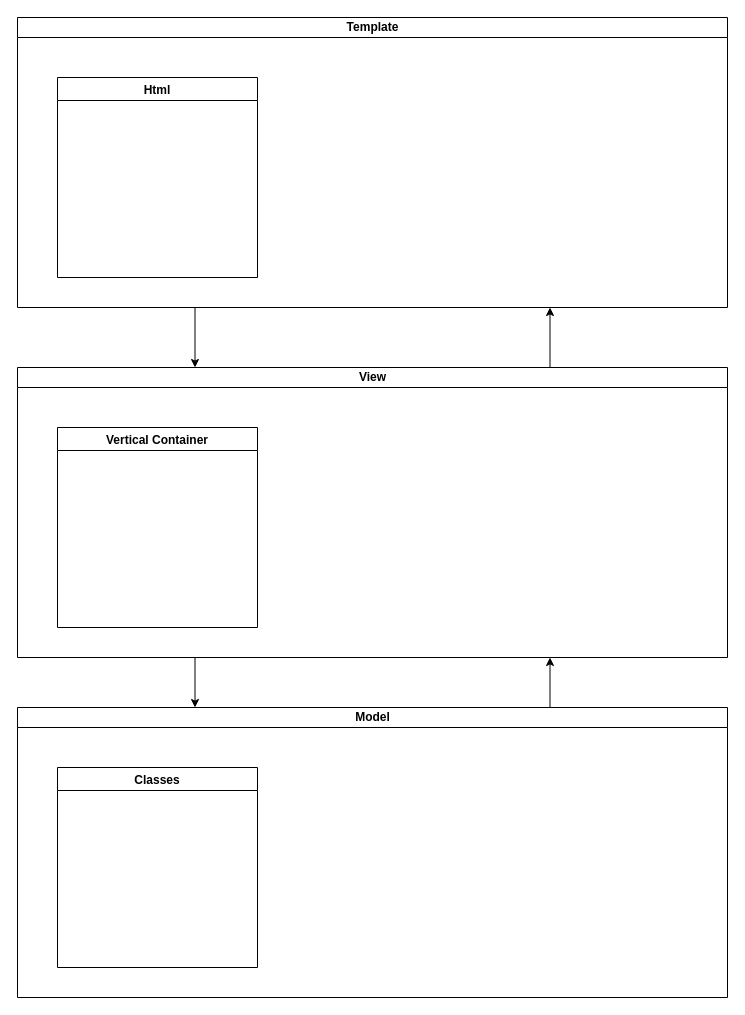
Before: docs/Untitled Diagram.drawio in vnsrz/MDS-Flux, a draw.io diagram. Source tidied: cells renumbered, new cells numbered last; positions are measured from the earlier drawing's top-left corner, leaving out a move shared by most shapes. Both pictures are drawn from the tidied source at 100%, with x=0, y=0 at pixel (17, 17).
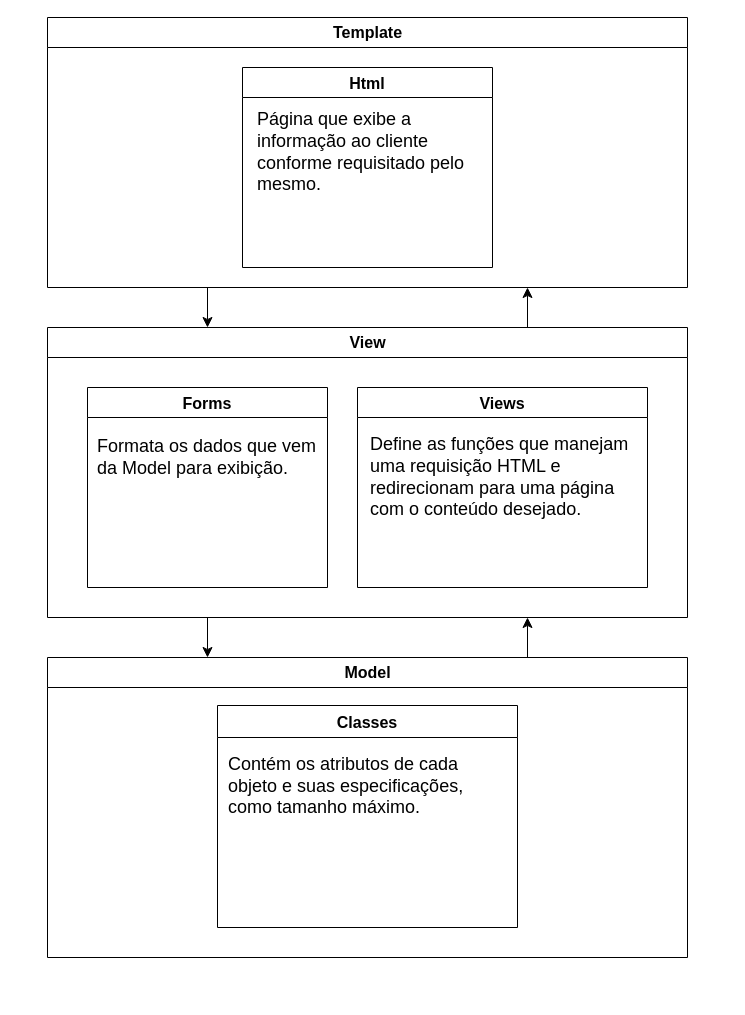
After the change.

What changed in the source:
```diff
@@
 <mxGraphModel>
   <root>
     <mxCell id="0" />
     <mxCell id="1" parent="0" />
-    <mxCell id="2" style="edgeStyle=orthogonalEdgeStyle;rounded=0;jettySize=auto;html=1;exitX=0.75;exitY=0;exitDx=0;exitDy=0;entryX=0.75;entryY=1;entryDx=0;entryDy=0;" parent="1" edge="1" source="3" target="7">
+    <mxCell id="2" style="edgeStyle=orthogonalEdgeStyle;rounded=0;jettySize=auto;html=1;exitX=0.75;exitY=0;exitDx=0;exitDy=0;entryX=0.75;entryY=1;entryDx=0;entryDy=0;endSize=8;" parent="1" edge="1" source="3" target="7">
       <mxGeometry relative="1" as="geometry" />
     </mxCell>
-    <mxCell id="3" value="&lt;div&gt;Model&lt;/div&gt;" style="swimlane;html=1;startSize=20;horizontal=1;containerType=tree;glass=0;" parent="1" vertex="1">
-      <mxGeometry y="690" width="710" height="290" as="geometry" />
+    <mxCell id="3" value="&lt;font style=&quot;font-size: 16px&quot;&gt;Model&lt;/font&gt;" style="swimlane;html=1;startSize=30;horizontal=1;containerType=tree;glass=0;" parent="1" vertex="1">
+      <mxGeometry x="30" y="640" width="640" height="300" as="geometry" />
     </mxCell>
-    <mxCell id="4" value="Classes" style="swimlane;" parent="3" vertex="1">
-      <mxGeometry x="40" y="60" width="200" height="200" as="geometry" />
+    <mxCell id="4" value="Classes" style="swimlane;startSize=32;fontSize=16;" parent="3" vertex="1">
+      <mxGeometry x="170" y="48" width="300" height="222" as="geometry" />
     </mxCell>
+    <mxCell id="12" value="&lt;div align=&quot;left&quot;&gt;&lt;font style=&quot;font-size: 18px&quot;&gt;Contém os atributos de cada objeto e suas especificações, como tamanho máximo.&lt;/font&gt;&lt;br&gt;&lt;/div&gt;" style="text;html=1;strokeColor=none;fillColor=none;align=center;verticalAlign=middle;whiteSpace=wrap;rounded=0;" parent="4" vertex="1">
+      <mxGeometry x="10" y="42" width="280" height="78" as="geometry" />
+    </mxCell>
-    <mxCell id="5" style="edgeStyle=orthogonalEdgeStyle;rounded=0;jettySize=auto;html=1;exitX=0.25;exitY=1;exitDx=0;exitDy=0;entryX=0.25;entryY=0;entryDx=0;entryDy=0;" parent="1" edge="1" source="7" target="3">
+    <mxCell id="5" style="edgeStyle=orthogonalEdgeStyle;rounded=0;jettySize=auto;html=1;exitX=0.25;exitY=1;exitDx=0;exitDy=0;entryX=0.25;entryY=0;entryDx=0;entryDy=0;endSize=8;" parent="1" edge="1" source="7" target="3">
       <mxGeometry relative="1" as="geometry" />
     </mxCell>
-    <mxCell id="6" style="edgeStyle=orthogonalEdgeStyle;rounded=0;jettySize=auto;html=1;exitX=0.75;exitY=0;exitDx=0;exitDy=0;entryX=0.75;entryY=1;entryDx=0;entryDy=0;" parent="1" edge="1" source="7" target="10">
+    <mxCell id="6" style="edgeStyle=orthogonalEdgeStyle;rounded=0;jettySize=auto;html=1;exitX=0.75;exitY=0;exitDx=0;exitDy=0;entryX=0.75;entryY=1;entryDx=0;entryDy=0;endSize=8;startSize=8;" parent="1" edge="1" source="7" target="10">
       <mxGeometry relative="1" as="geometry" />
     </mxCell>
-    <mxCell id="7" value="View" style="swimlane;html=1;startSize=20;horizontal=1;containerType=tree;glass=0;" parent="1" vertex="1">
-      <mxGeometry y="350" width="710" height="290" as="geometry" />
+    <mxCell id="7" value="&lt;font style=&quot;font-size: 16px&quot;&gt;View&lt;/font&gt;" style="swimlane;html=1;startSize=30;horizontal=1;containerType=tree;glass=0;" parent="1" vertex="1">
+      <mxGeometry x="30" y="310" width="640" height="290" as="geometry" />
     </mxCell>
-    <mxCell id="8" value="Vertical Container" style="swimlane;" parent="7" vertex="1">
-      <mxGeometry x="40" y="60" width="200" height="200" as="geometry" />
+    <mxCell id="8" value="Forms" style="swimlane;startSize=30;fontSize=16;" parent="7" vertex="1">
+      <mxGeometry x="40" y="60" width="240" height="200" as="geometry" />
     </mxCell>
+    <mxCell id="13" value="&lt;font style=&quot;font-size: 18px&quot;&gt;Formata os dados que vem da Model para exibição.&lt;/font&gt;" style="text;html=1;strokeColor=none;fillColor=none;align=left;verticalAlign=middle;whiteSpace=wrap;rounded=0;" parent="8" vertex="1">
+      <mxGeometry x="8" y="40" width="224" height="60" as="geometry" />
+    </mxCell>
+    <mxCell id="14" value="Views" style="swimlane;startSize=30;fontSize=16;" parent="7" vertex="1">
+      <mxGeometry x="310" y="60" width="290" height="200" as="geometry" />
+    </mxCell>
+    <mxCell id="15" value="&lt;font style=&quot;font-size: 18px&quot;&gt;Define as funções que manejam uma requisição HTML e redirecionam para uma página com o conteúdo desejado. &lt;/font&gt;" style="text;html=1;strokeColor=none;fillColor=none;align=left;verticalAlign=middle;whiteSpace=wrap;rounded=0;" parent="14" vertex="1">
+      <mxGeometry x="11" y="40" width="268" height="100" as="geometry" />
+    </mxCell>
-    <mxCell id="9" style="edgeStyle=orthogonalEdgeStyle;rounded=0;jettySize=auto;html=1;exitX=0.25;exitY=1;exitDx=0;exitDy=0;entryX=0.25;entryY=0;entryDx=0;entryDy=0;" parent="1" edge="1" source="10" target="7">
+    <mxCell id="9" style="edgeStyle=orthogonalEdgeStyle;rounded=0;jettySize=auto;html=1;exitX=0.25;exitY=1;exitDx=0;exitDy=0;entryX=0.25;entryY=0;entryDx=0;entryDy=0;endSize=8;" parent="1" edge="1" source="10" target="7">
       <mxGeometry relative="1" as="geometry" />
     </mxCell>
-    <mxCell id="10" value="Template" style="swimlane;html=1;startSize=20;horizontal=1;containerType=tree;glass=0;" parent="1" vertex="1">
-      <mxGeometry width="710" height="290" as="geometry" />
+    <mxCell id="10" value="&lt;font style=&quot;font-size: 16px&quot;&gt;Template&lt;/font&gt;" style="swimlane;html=1;startSize=30;horizontal=1;containerType=tree;glass=0;" parent="1" vertex="1">
+      <mxGeometry x="30" width="640" height="270" as="geometry" />
     </mxCell>
-    <mxCell id="11" value="Html" style="swimlane;" parent="10" vertex="1">
-      <mxGeometry x="40" y="60" width="200" height="200" as="geometry" />
+    <mxCell id="11" value="Html" style="swimlane;startSize=30;fontSize=16;" parent="10" vertex="1">
+      <mxGeometry x="195" y="50" width="250" height="200" as="geometry" />
     </mxCell>
+    <mxCell id="16" value="&lt;font style=&quot;font-size: 18px&quot;&gt;Página que exibe a informação ao cliente conforme requisitado pelo mesmo.&lt;/font&gt;" style="text;html=1;strokeColor=none;fillColor=none;align=left;verticalAlign=middle;whiteSpace=wrap;rounded=0;" parent="11" vertex="1">
+      <mxGeometry x="13" y="40" width="224" height="90" as="geometry" />
+    </mxCell>
   </root>
 </mxGraphModel>
```
